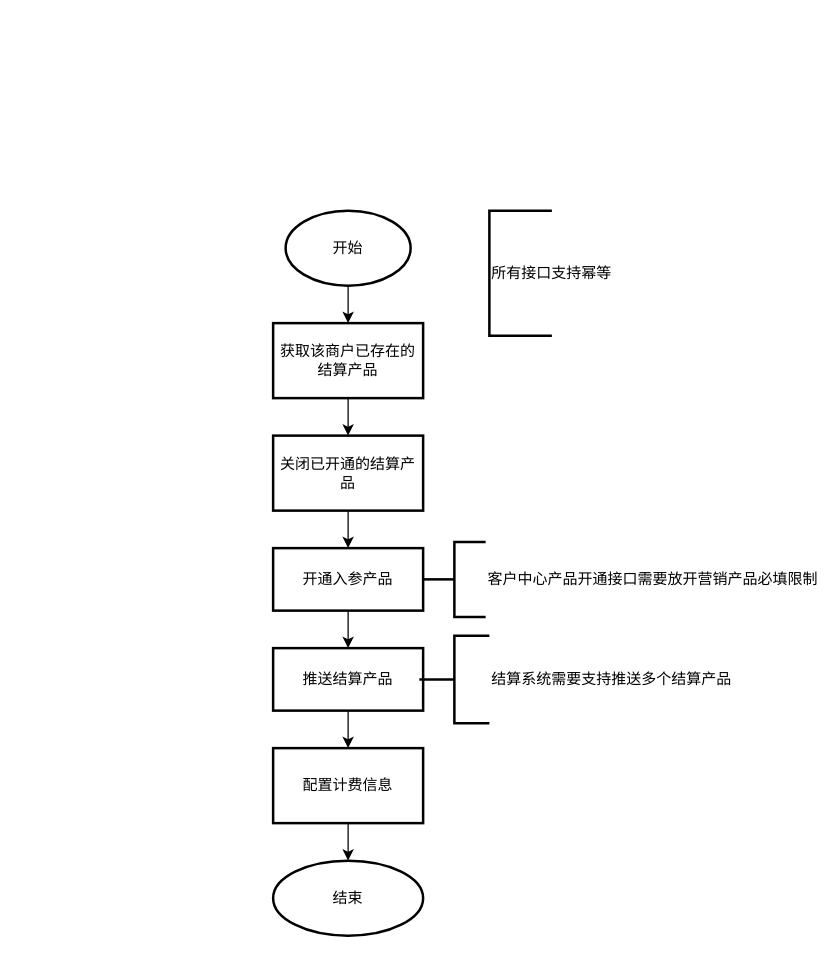
Earlier version of the draw.io diagram page "产品开通服务流程图" (4 of 4) of 0类产品.drawio (fengyong7723131/work). Source tidied: cells renumbered, new cells numbered last; positions are measured from the earlier drawing's top-left corner, leaving out a move shared by most shapes. Both pictures are drawn from the tidied source at 125%, with x=0, y=0 at pixel (272, 210).
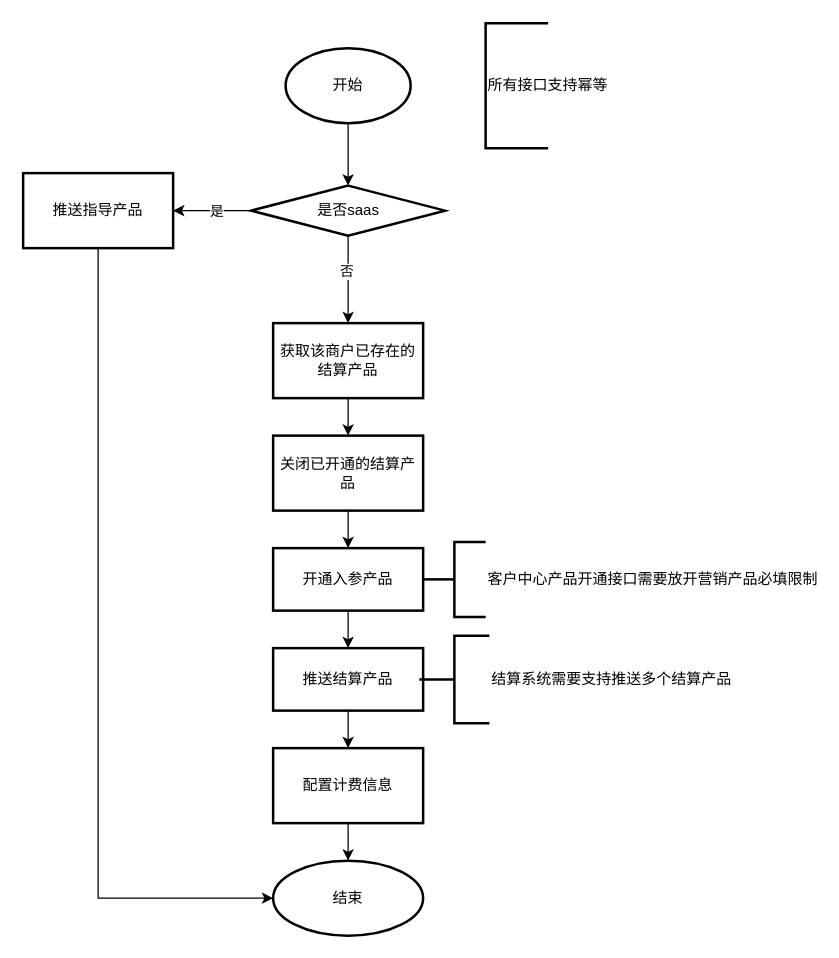
After the change.

Unchanged cells that the change refers to:
```xml
<mxCell id="5" value="获取该商户已存在的结算产品" style="whiteSpace=wrap;html=1;strokeWidth=2;" parent="1" vertex="1">
  <mxGeometry y="90" width="120" height="60" as="geometry" />
</mxCell>
<mxCell id="14" value="结束" style="ellipse;whiteSpace=wrap;html=1;strokeWidth=2;" parent="1" vertex="1">
  <mxGeometry y="520" width="120" height="60" as="geometry" />
</mxCell>
```

What changed in the source:
```diff
@@
-    <mxCell id="2" style="edgeStyle=orthogonalEdgeStyle;rounded=0;jettySize=auto;html=1;" parent="1" edge="1" source="3" target="5">
-      <mxGeometry relative="1" as="geometry" />
-    </mxCell>
+    <mxCell id="18" style="edgeStyle=orthogonalEdgeStyle;rounded=0;jettySize=auto;html=1;" parent="1" edge="1" source="3" target="23">
+      <mxGeometry relative="1" as="geometry" />
+    </mxCell>
     <mxCell id="3" value="开始" style="strokeWidth=2;html=1;shape=mxgraph.flowchart.start_1;whiteSpace=wrap;" parent="1" vertex="1">
-      <mxGeometry x="10" width="100" height="60" as="geometry" />
+      <mxGeometry x="10" y="-130" width="100" height="60" as="geometry" />
     </mxCell>
@@
     <mxCell id="17" value="所有接口支持幂等" style="strokeWidth=2;html=1;shape=mxgraph.flowchart.annotation_1;align=left;" parent="1" vertex="1">
-      <mxGeometry x="173" width="50" height="100" as="geometry" />
+      <mxGeometry x="170" y="-150" width="50" height="100" as="geometry" />
     </mxCell>
+    <mxCell id="19" style="edgeStyle=orthogonalEdgeStyle;rounded=0;jettySize=auto;html=1;" parent="1" edge="1" source="23" target="25">
+      <mxGeometry relative="1" as="geometry" />
+    </mxCell>
+    <mxCell id="20" value="是" style="edgeLabel;html=1;align=center;verticalAlign=middle;" parent="19" vertex="1">
+      <mxGeometry x="-0.07" relative="1" as="geometry">
+        <mxPoint x="1" as="offset" />
+      </mxGeometry>
+    </mxCell>
+    <mxCell id="21" style="edgeStyle=orthogonalEdgeStyle;rounded=0;jettySize=auto;html=1;" parent="1" edge="1" source="23" target="5">
+      <mxGeometry relative="1" as="geometry" />
+    </mxCell>
+    <mxCell id="22" value="否" style="edgeLabel;html=1;align=center;verticalAlign=middle;" parent="21" vertex="1">
+      <mxGeometry x="-0.2" y="-2" relative="1" as="geometry" />
+    </mxCell>
+    <mxCell id="23" value="是否saas" style="rhombus;whiteSpace=wrap;html=1;strokeWidth=2;" parent="1" vertex="1">
+      <mxGeometry x="-17.5" y="-20" width="155" height="40" as="geometry" />
+    </mxCell>
+    <mxCell id="24" style="edgeStyle=orthogonalEdgeStyle;rounded=0;jettySize=auto;html=1;exitX=0.5;exitY=1;exitDx=0;exitDy=0;entryX=0;entryY=0.5;entryDx=0;entryDy=0;" parent="1" edge="1" source="25" target="14">
+      <mxGeometry relative="1" as="geometry" />
+    </mxCell>
+    <mxCell id="25" value="推送指导产品" style="whiteSpace=wrap;html=1;strokeWidth=2;" parent="1" vertex="1">
+      <mxGeometry x="-200" y="-30" width="120" height="60" as="geometry" />
+    </mxCell>
```
